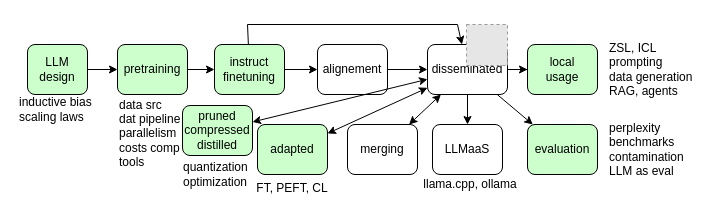
The draw.io diagram coursLLM.drawio in cerisara/draws, before the edit. Source tidied: cells renumbered, new cells numbered last; positions are measured from the earlier drawing's top-left corner, leaving out a move shared by most shapes. Both pictures are drawn from the tidied source at 100%, with x=0, y=0 at pixel (17, 24). Pictures stored in the file or linked from it are replaced by grey dashed boxes.
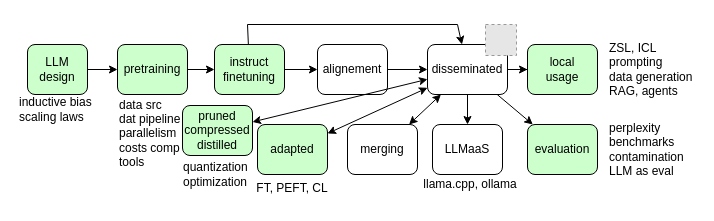
Above is the later version.

Diff of the diagram source:
```diff
@@
-    <mxCell id="21" style="fillColor=#E6E6E6;strokeColor=#999999;dashed=1;html=1;verticalLabelPosition=bottom;verticalAlign=top;" parent="1" vertex="1">
-      <mxGeometry x="449" width="41" height="41" as="geometry" />
-    </mxCell>
@@
+    <mxCell id="32" style="fillColor=#E6E6E6;strokeColor=#999999;dashed=1;html=1;verticalLabelPosition=bottom;verticalAlign=top;" parent="1" vertex="1">
+      <mxGeometry x="468" width="31" height="31" as="geometry" />
+    </mxCell>
```
